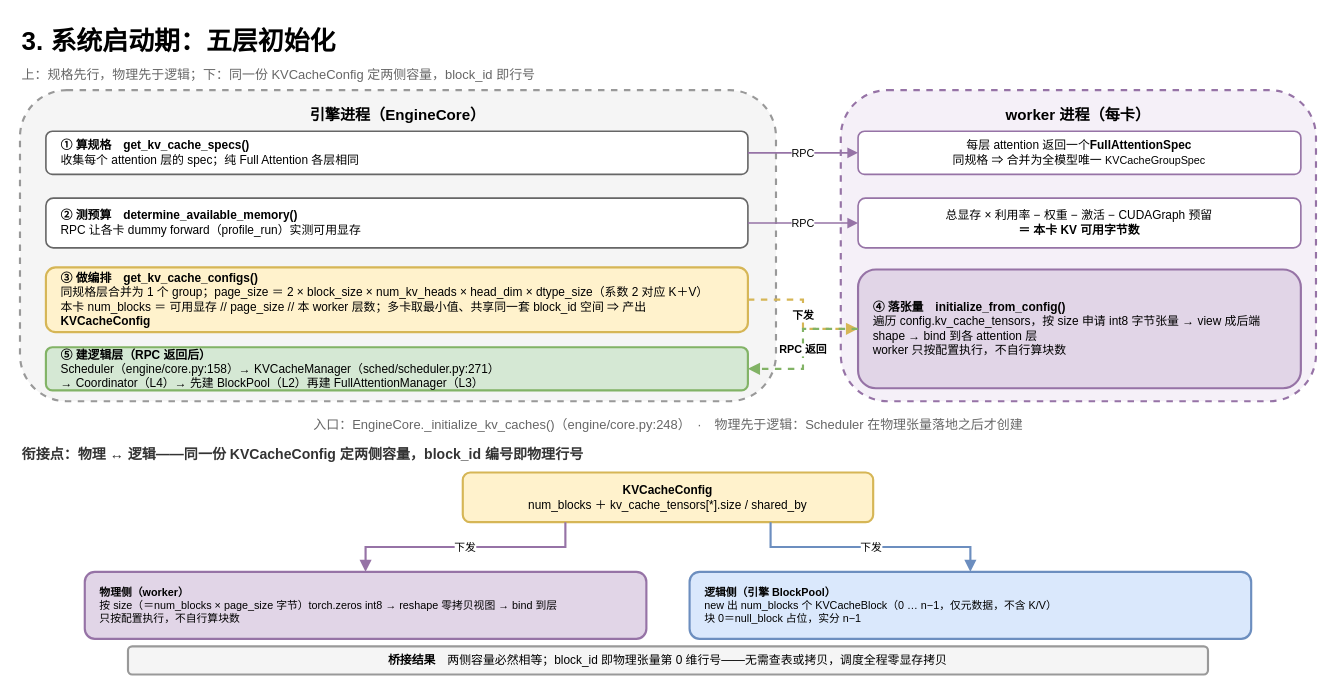
Earlier version of the draw.io diagram page "3-启动期装配与衔接" (3 of 4) of vllm/v1/core/kvcache_draw_ppt_v2/kv_cache_five_layer_arch.drawio (GoCHug/vllm). Source tidied: cells renumbered, new cells numbered last; positions are measured from the earlier drawing's top-left corner, leaving out a move shared by most shapes. Both pictures are drawn from the tidied source at 108%, with x=0, y=0 at pixel (19, 18).
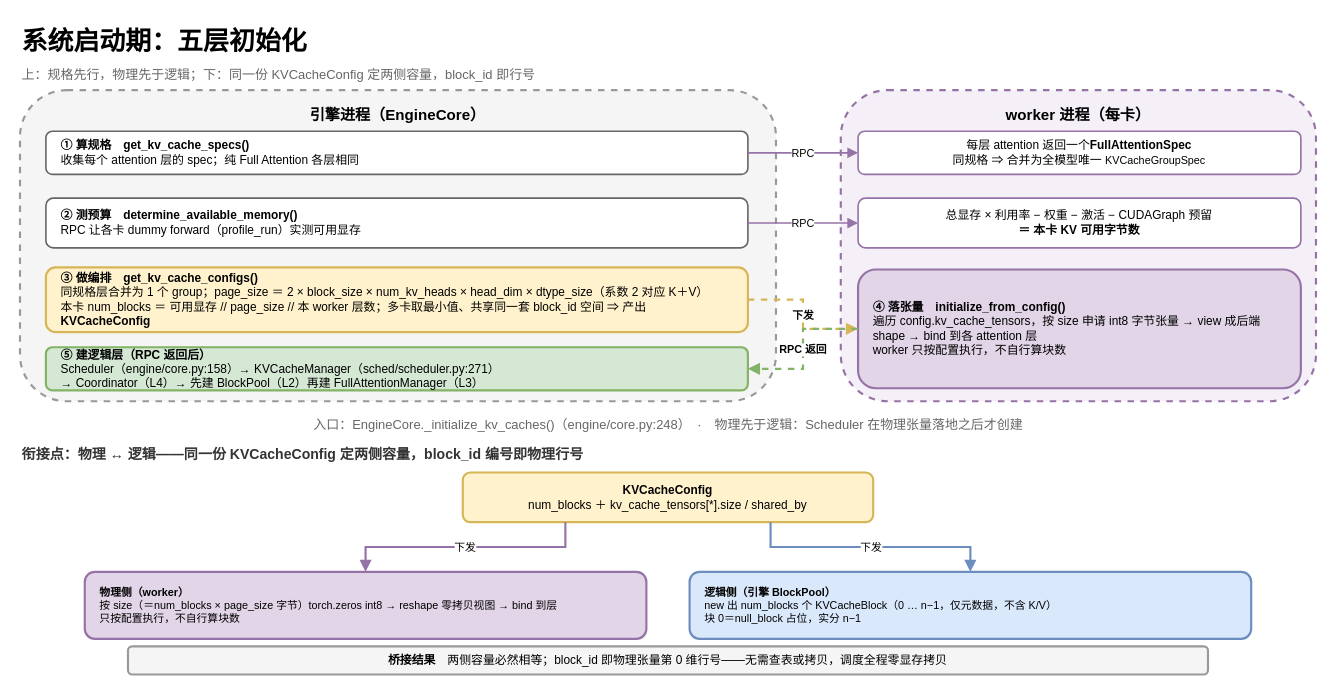
Above is the later version.

Change to the diagram source:
```diff
@@
-    <mxCell id="2" value="3. 系统启动期：五层初始化" style="text;html=1;fontSize=24;fontStyle=1;align=left;" parent="1" vertex="1">
+    <mxCell id="2" value="系统启动期：五层初始化" style="text;html=1;fontSize=24;fontStyle=1;align=left;" parent="1" vertex="1">
       <mxGeometry width="900" height="34" as="geometry" />
     </mxCell>
```
